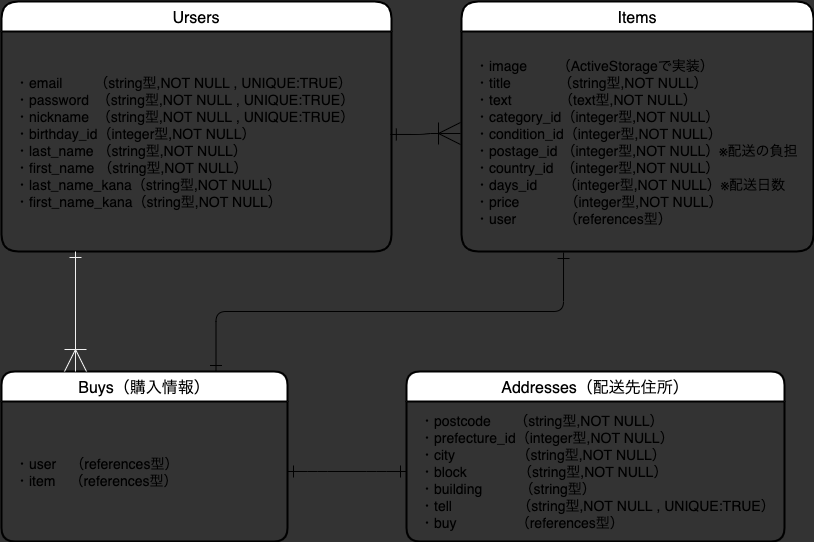
Before: furima.drawio.png, a diagram exported from draw.io (misato-yabe/furima-32068). Source tidied: cells renumbered, new cells last; positions are measured from the earlier drawing's top-left corner, leaving out a move shared by most shapes.
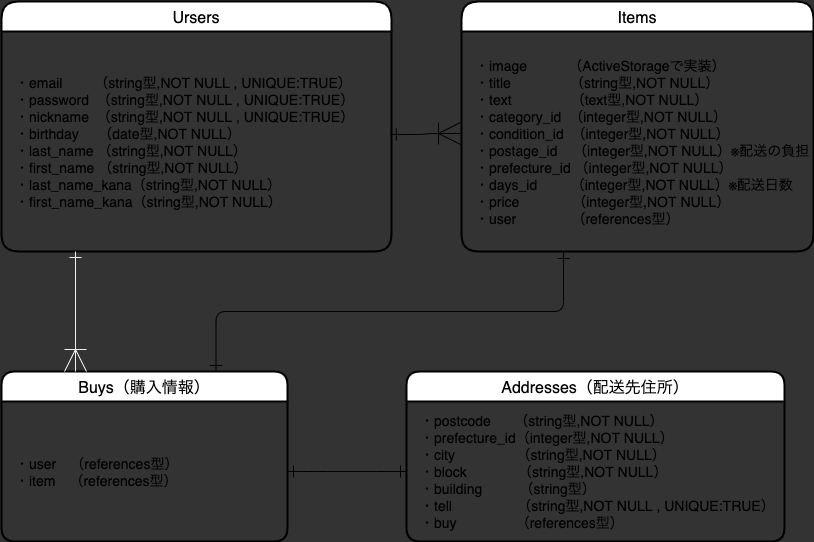
Later version of the same file.

Commit message:
DB設計の修正

Change to the diagram source:
```diff
@@ -22,13 +22,13 @@
     <mxCell id="5" value="Ursers" style="swimlane;horizontal=1;startSize=30;rounded=1;fontSize=16;fontStyle=0;strokeWidth=2;shadow=0;dashed=0;align=center;glass=0;sketch=0;swimlaneLine=1;arcSize=19;" parent="1" vertex="1">
       <mxGeometry width="390" height="250" as="geometry" />
     </mxCell>
-    <mxCell id="6" value="・email　　 （string型,NOT NULL , UNIQUE:TRUE）&#10;・password  （string型,NOT NULL , UNIQUE:TRUE）&#10;・nickname  （string型,NOT NULL , UNIQUE:TRUE）&#10;・birthday_id（integer型,NOT NULL）&#10;・last_name （string型,NOT NULL）&#10;・first_name （string型,NOT NULL）&#10;・last_name_kana（string型,NOT NULL）&#10;・first_name_kana（string型,NOT NULL）" style="align=left;strokeColor=none;fillColor=none;spacingLeft=4;fontSize=14;verticalAlign=middle;spacing=10;" parent="5" vertex="1">
+    <mxCell id="6" value="・email　　 （string型,NOT NULL , UNIQUE:TRUE）&#10;・password  （string型,NOT NULL , UNIQUE:TRUE）&#10;・nickname  （string型,NOT NULL , UNIQUE:TRUE）&#10;・birthday     （date型,NOT NULL）&#10;・last_name （string型,NOT NULL）&#10;・first_name （string型,NOT NULL）&#10;・last_name_kana（string型,NOT NULL）&#10;・first_name_kana（string型,NOT NULL）" style="align=left;strokeColor=none;fillColor=none;spacingLeft=4;fontSize=14;verticalAlign=middle;spacing=10;" parent="5" vertex="1">
       <mxGeometry y="30" width="390" height="220" as="geometry" />
     </mxCell>
     <mxCell id="7" value="Items" style="swimlane;horizontal=1;startSize=30;rounded=1;fontSize=16;fontStyle=0;strokeWidth=2;shadow=0;dashed=0;align=center;glass=0;sketch=0;swimlaneLine=1;arcSize=19;" parent="1" vertex="1">
       <mxGeometry x="460" width="352" height="250" as="geometry" />
     </mxCell>
-    <mxCell id="8" value="・image　    （ActiveStorageで実装）&#10;・title　　     （string型,NOT NULL）&#10;・text　　     （text型,NOT NULL）&#10;・category_id（integer型,NOT NULL）&#10;・condition_id（integer型,NOT NULL）&#10;・postage_id （integer型,NOT NULL）※配送の負担&#10;・country_id  （integer型,NOT NULL）&#10;・days_id　   （integer型,NOT NULL）※配送日数&#10;・price　        （integer型,NOT NULL）&#10;・user　　     （references型）" style="align=left;strokeColor=none;fillColor=none;spacingLeft=4;fontSize=14;verticalAlign=middle;spacing=10;" parent="7" vertex="1">
+    <mxCell id="8" value="・image　       （ActiveStorageで実装）&#10;・title　　        （string型,NOT NULL）&#10;・text　　        （text型,NOT NULL）&#10;・category_id  （integer型,NOT NULL）&#10;・condition_id  （integer型,NOT NULL）&#10;・postage_id    （integer型,NOT NULL）※配送の負担&#10;・prefecture_id （integer型,NOT NULL）&#10;・days_id　     （integer型,NOT NULL）※配送日数&#10;・price　          （integer型,NOT NULL）&#10;・user　　       （references型）" style="align=left;strokeColor=none;fillColor=none;spacingLeft=4;fontSize=14;verticalAlign=middle;spacing=10;" parent="7" vertex="1">
       <mxGeometry y="30" width="352" height="220" as="geometry" />
     </mxCell>
     <mxCell id="9" value="Buys（購入情報）" style="swimlane;horizontal=1;startSize=30;rounded=1;fontSize=16;fontStyle=0;strokeWidth=2;shadow=0;dashed=0;align=center;" parent="1" vertex="1">
```
